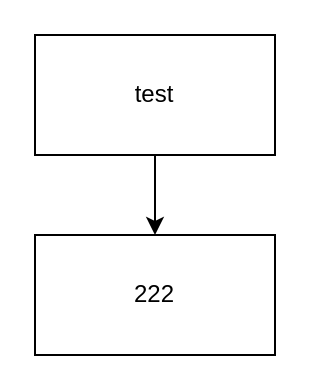
xyzgithome/algorithm keeps this draw.io diagram as 未命名绘图.drawio. Above is the earlier version. Source tidied: cells renumbered, new cells numbered last; positions are measured from the earlier drawing's top-left corner, leaving out a move shared by most shapes. Both pictures are drawn from the tidied source at 200%, with x=0, y=0 at pixel (34, 34).
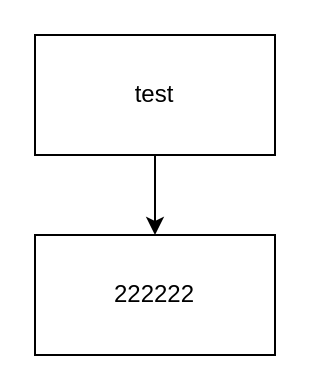
The same diagram, later.

Commit message:
更新未命名绘图1.drawio

Change to the diagram source:
```diff
@@
 <mxGraphModel>
   <root>
     <mxCell id="0" />
     <mxCell id="1" parent="0" />
     <mxCell id="2" style="edgeStyle=orthogonalEdgeStyle;rounded=0;jettySize=auto;html=1;" parent="1" edge="1" source="3" target="4">
       <mxGeometry relative="1" as="geometry" />
     </mxCell>
     <mxCell id="3" value="test" style="rounded=0;whiteSpace=wrap;html=1;" parent="1" vertex="1">
       <mxGeometry width="120" height="60" as="geometry" />
     </mxCell>
-    <mxCell id="4" value="222" style="rounded=0;whiteSpace=wrap;html=1;" parent="1" vertex="1">
+    <mxCell id="4" value="222222" style="rounded=0;whiteSpace=wrap;html=1;" parent="1" vertex="1">
       <mxGeometry y="100" width="120" height="60" as="geometry" />
     </mxCell>
   </root>
 </mxGraphModel>
```
